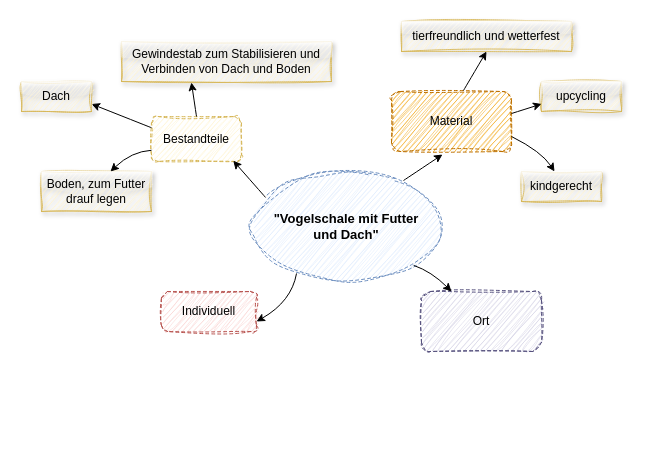
Before: Unbenanntes Diagramm.drawio in kinteron/kinteron, a draw.io diagram. Source tidied: cells renumbered, new cells numbered last; positions are measured from the earlier drawing's top-left corner, leaving out a move shared by most shapes. Both pictures are drawn from the tidied source at 100%, with x=0, y=0 at pixel (21, 21).
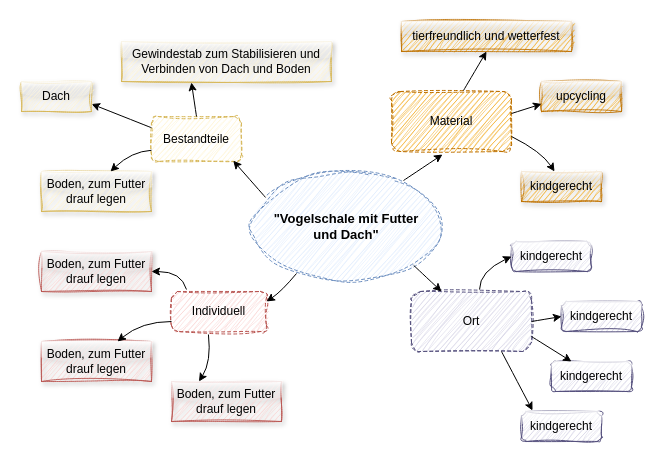
The same diagram, later.

Commit message:
diagram_vogelschale updated

The change refers to these unchanged cells:
```xml
<mxCell id="2" value="&lt;b&gt;&lt;font style=&quot;font-size: 13px;&quot;&gt;&quot;Vogelschale mit Futter&lt;br&gt;und Dach&quot;&lt;/font&gt;&lt;/b&gt;" style="ellipse;whiteSpace=wrap;html=1;fillColor=#dae8fc;strokeColor=#6c8ebf;dashed=1;strokeWidth=1;sketch=1;curveFitting=1;jiggle=2;shadow=0;" parent="1" vertex="1">
  <mxGeometry x="230" y="150" width="190" height="110" as="geometry" />
</mxCell>
```

What changed in the source:
```diff
@@
-    <mxCell id="3" value="Bestandteile" style="rounded=1;whiteSpace=wrap;html=1;fillColor=#fff2cc;strokeColor=#d6b656;dashed=1;strokeWidth=1;sketch=1;curveFitting=1;jiggle=2;shadow=0;" parent="1" vertex="1">
+    <mxCell id="3" value="Bestandteile" style="rounded=1;whiteSpace=wrap;html=1;fillColor=#FFF2CC;strokeColor=#d6b656;dashed=1;strokeWidth=1;sketch=1;curveFitting=1;jiggle=2;shadow=0;" parent="1" vertex="1">
       <mxGeometry x="130" y="95" width="90" height="45" as="geometry" />
     </mxCell>
@@
-    <mxCell id="5" value="Boden, zum Futter drauf legen" style="rounded=0;whiteSpace=wrap;html=1;fillColor=#fff2cc;strokeColor=#d6b656;glass=1;sketch=1;curveFitting=1;jiggle=2;shadow=1;dashed=1;dashPattern=1 1;" parent="1" vertex="1">
+    <mxCell id="5" value="Boden, zum Futter drauf legen" style="rounded=0;whiteSpace=wrap;html=1;fillColor=#FFF2CC;strokeColor=#d6b656;glass=1;sketch=1;curveFitting=1;jiggle=2;shadow=1;dashed=1;dashPattern=1 1;" parent="1" vertex="1">
       <mxGeometry x="20" y="150" width="110" height="40" as="geometry" />
     </mxCell>
@@
-    <mxCell id="10" value="Material" style="rounded=1;whiteSpace=wrap;html=1;fillColor=#f0a30a;strokeColor=#BD7000;dashed=1;strokeWidth=1;sketch=1;curveFitting=1;jiggle=2;shadow=0;fontColor=#000000;" parent="1" vertex="1">
+    <mxCell id="10" value="Material" style="rounded=1;whiteSpace=wrap;html=1;fillColor=#F0A30A;strokeColor=#BD7000;dashed=1;strokeWidth=1;sketch=1;curveFitting=1;jiggle=2;shadow=0;fontColor=#000000;" parent="1" vertex="1">
       <mxGeometry x="370" y="70" width="120" height="60" as="geometry" />
     </mxCell>
@@
-    <mxCell id="12" value="Individuell" style="rounded=1;whiteSpace=wrap;html=1;fillColor=#f8cecc;strokeColor=#b85450;dashed=1;strokeWidth=1;sketch=1;curveFitting=1;jiggle=2;shadow=0;" parent="1" vertex="1">
-      <mxGeometry x="140" y="270" width="95" height="40" as="geometry" />
+    <mxCell id="12" value="Individuell" style="rounded=1;whiteSpace=wrap;html=1;fillColor=#F8CECC;strokeColor=#B85450;dashed=1;strokeWidth=1;sketch=1;curveFitting=1;jiggle=2;shadow=0;" parent="1" vertex="1">
+      <mxGeometry x="150" y="270" width="95" height="40" as="geometry" />
     </mxCell>
     <mxCell id="13" value="Ort" style="rounded=1;whiteSpace=wrap;html=1;fillColor=#d0cee2;strokeColor=#56517e;dashed=1;strokeWidth=1;sketch=1;curveFitting=1;jiggle=2;shadow=0;" parent="1" vertex="1">
-      <mxGeometry x="400" y="270" width="120" height="60" as="geometry" />
+      <mxGeometry x="390" y="270" width="120" height="60" as="geometry" />
     </mxCell>
-    <mxCell id="14" value="tierfreundlich und wetterfest" style="rounded=0;whiteSpace=wrap;html=1;fillColor=#fff2cc;strokeColor=#d6b656;dashed=1;strokeWidth=1;sketch=1;curveFitting=1;jiggle=2;shadow=1;glass=1;dashPattern=1 1;" parent="1" vertex="1">
+    <mxCell id="14" value="tierfreundlich und wetterfest" style="rounded=0;whiteSpace=wrap;html=1;fillColor=#F0A30A;strokeColor=#BD7000;dashed=1;strokeWidth=1;sketch=1;curveFitting=1;jiggle=2;shadow=1;glass=1;dashPattern=1 1;" parent="1" vertex="1">
       <mxGeometry x="380" width="170" height="30" as="geometry" />
     </mxCell>
-    <mxCell id="15" value="upcycling" style="rounded=0;whiteSpace=wrap;html=1;fillColor=#fff2cc;strokeColor=#d6b656;dashed=1;strokeWidth=1;sketch=1;curveFitting=1;jiggle=2;shadow=1;glass=1;dashPattern=1 1;" parent="1" vertex="1">
+    <mxCell id="15" value="upcycling" style="rounded=0;whiteSpace=wrap;html=1;fillColor=#F0A30A;strokeColor=#BD7000;dashed=1;strokeWidth=1;sketch=1;curveFitting=1;jiggle=2;shadow=1;glass=1;dashPattern=1 1;" parent="1" vertex="1">
       <mxGeometry x="520" y="60" width="80" height="30" as="geometry" />
     </mxCell>
-    <mxCell id="16" value="kindgerecht" style="rounded=0;whiteSpace=wrap;html=1;fillColor=#fff2cc;strokeColor=#d6b656;dashed=1;strokeWidth=1;sketch=1;curveFitting=1;jiggle=2;shadow=1;glass=1;dashPattern=1 1;" parent="1" vertex="1">
+    <mxCell id="16" value="kindgerecht" style="rounded=0;whiteSpace=wrap;html=1;fillColor=#F0A30A;strokeColor=#BD7000;dashed=1;strokeWidth=1;sketch=1;curveFitting=1;jiggle=2;shadow=1;glass=1;dashPattern=1 1;" parent="1" vertex="1">
       <mxGeometry x="500" y="150" width="80" height="30" as="geometry" />
     </mxCell>
@@
-    <mxCell id="20" style="curved=1;endArrow=classic;html=1;rounded=0;exitX=0.237;exitY=0.927;exitDx=0;exitDy=0;entryX=1;entryY=0.75;entryDx=0;entryDy=0;exitPerimeter=0;" parent="1" edge="1" source="2" target="12">
+    <mxCell id="20" style="curved=1;endArrow=classic;html=1;rounded=0;exitX=0.237;exitY=0.927;exitDx=0;exitDy=0;entryX=1;entryY=0.25;entryDx=0;entryDy=0;exitPerimeter=0;" parent="1" edge="1" source="2" target="12">
       <mxGeometry relative="1" as="geometry">
         <Array as="points">
-          <mxPoint x="270" y="280" />
+          <mxPoint x="260" y="270" />
         </Array>
       </mxGeometry>
     </mxCell>
     <mxCell id="21" style="curved=1;endArrow=classic;html=1;rounded=0;exitX=1;exitY=1;exitDx=0;exitDy=0;entryX=0.25;entryY=0;entryDx=0;entryDy=0;" parent="1" edge="1" source="2" target="13">
-      <mxGeometry relative="1" as="geometry">
-        <Array as="points">
-          <mxPoint x="410" y="250" />
-        </Array>
-      </mxGeometry>
+      <mxGeometry relative="1" as="geometry" />
     </mxCell>
@@
+    <mxCell id="23" value="Boden, zum Futter drauf legen" style="rounded=0;whiteSpace=wrap;html=1;fillColor=#F8CECC;strokeColor=#B85450;glass=1;sketch=1;curveFitting=1;jiggle=2;shadow=1;dashed=1;dashPattern=1 1;" parent="1" vertex="1">
+      <mxGeometry x="20" y="320" width="110" height="40" as="geometry" />
+    </mxCell>
+    <mxCell id="24" value="Boden, zum Futter drauf legen" style="rounded=0;whiteSpace=wrap;html=1;fillColor=#F8CECC;strokeColor=#B85450;glass=1;sketch=1;curveFitting=1;jiggle=2;shadow=1;dashed=1;dashPattern=1 1;" parent="1" vertex="1">
+      <mxGeometry x="20" y="230" width="110" height="40" as="geometry" />
+    </mxCell>
+    <mxCell id="25" value="Boden, zum Futter drauf legen" style="rounded=0;whiteSpace=wrap;html=1;fillColor=#F8CECC;strokeColor=#B85450;glass=1;sketch=1;curveFitting=1;jiggle=2;shadow=1;dashed=1;dashPattern=1 1;" parent="1" vertex="1">
+      <mxGeometry x="150" y="360" width="110" height="40" as="geometry" />
+    </mxCell>
+    <mxCell id="26" value="kindgerecht" style="rounded=1;whiteSpace=wrap;html=1;fillColor=#d0cee2;strokeColor=#56517e;strokeWidth=1;sketch=1;curveFitting=1;jiggle=2;shadow=0;glass=1;" parent="1" vertex="1">
+      <mxGeometry x="490" y="220" width="80" height="30" as="geometry" />
+    </mxCell>
+    <mxCell id="27" value="kindgerecht" style="rounded=1;whiteSpace=wrap;html=1;fillColor=#d0cee2;strokeColor=#56517e;strokeWidth=1;sketch=1;curveFitting=1;jiggle=2;shadow=0;glass=1;" parent="1" vertex="1">
+      <mxGeometry x="540" y="280" width="80" height="30" as="geometry" />
+    </mxCell>
+    <mxCell id="28" value="kindgerecht" style="rounded=1;whiteSpace=wrap;html=1;fillColor=#d0cee2;strokeColor=#56517e;strokeWidth=1;sketch=1;curveFitting=1;jiggle=2;shadow=0;glass=1;" parent="1" vertex="1">
+      <mxGeometry x="530" y="340" width="80" height="30" as="geometry" />
+    </mxCell>
+    <mxCell id="29" value="kindgerecht" style="rounded=1;whiteSpace=wrap;html=1;fillColor=#d0cee2;strokeColor=#56517e;strokeWidth=1;sketch=1;curveFitting=1;jiggle=2;shadow=0;glass=1;" parent="1" vertex="1">
+      <mxGeometry x="500" y="390" width="80" height="30" as="geometry" />
+    </mxCell>
+    <mxCell id="30" style="curved=1;endArrow=classic;html=1;rounded=0;exitX=0.567;exitY=-0.033;exitDx=0;exitDy=0;entryX=0;entryY=0.5;entryDx=0;entryDy=0;exitPerimeter=0;" parent="1" edge="1" source="13" target="26">
+      <mxGeometry relative="1" as="geometry">
+        <Array as="points">
+          <mxPoint x="458" y="250" />
+        </Array>
+      </mxGeometry>
+    </mxCell>
+    <mxCell id="31" style="curved=1;endArrow=classic;html=1;rounded=0;exitX=1;exitY=0.5;exitDx=0;exitDy=0;entryX=0;entryY=0.5;entryDx=0;entryDy=0;" parent="1" edge="1" source="13" target="27">
+      <mxGeometry relative="1" as="geometry" />
+    </mxCell>
+    <mxCell id="32" style="curved=1;endArrow=classic;html=1;rounded=0;exitX=1;exitY=0.75;exitDx=0;exitDy=0;entryX=0.25;entryY=0;entryDx=0;entryDy=0;" parent="1" edge="1" source="13" target="28">
+      <mxGeometry relative="1" as="geometry" />
+    </mxCell>
+    <mxCell id="33" style="curved=1;endArrow=classic;html=1;rounded=0;exitX=0.75;exitY=1;exitDx=0;exitDy=0;entryX=0.138;entryY=-0.033;entryDx=0;entryDy=0;entryPerimeter=0;" parent="1" edge="1" source="13" target="29">
+      <mxGeometry relative="1" as="geometry" />
+    </mxCell>
+    <mxCell id="34" style="curved=1;endArrow=classic;html=1;rounded=0;exitX=0.389;exitY=1.075;exitDx=0;exitDy=0;exitPerimeter=0;entryX=0.25;entryY=0;entryDx=0;entryDy=0;" parent="1" edge="1" source="12" target="25">
+      <mxGeometry relative="1" as="geometry">
+        <Array as="points">
+          <mxPoint x="190" y="340" />
+        </Array>
+      </mxGeometry>
+    </mxCell>
+    <mxCell id="35" style="curved=1;endArrow=classic;html=1;rounded=0;exitX=0.158;exitY=-0.05;exitDx=0;exitDy=0;entryX=1;entryY=0.5;entryDx=0;entryDy=0;exitPerimeter=0;" parent="1" edge="1" source="12" target="24">
+      <mxGeometry relative="1" as="geometry">
+        <Array as="points">
+          <mxPoint x="160" y="250" />
+        </Array>
+      </mxGeometry>
+    </mxCell>
+    <mxCell id="36" style="curved=1;endArrow=classic;html=1;rounded=0;exitX=0;exitY=0.75;exitDx=0;exitDy=0;entryX=0.691;entryY=0;entryDx=0;entryDy=0;entryPerimeter=0;" parent="1" edge="1" source="12" target="23">
+      <mxGeometry relative="1" as="geometry">
+        <Array as="points">
+          <mxPoint x="120" y="300" />
+        </Array>
+      </mxGeometry>
+    </mxCell>
```
